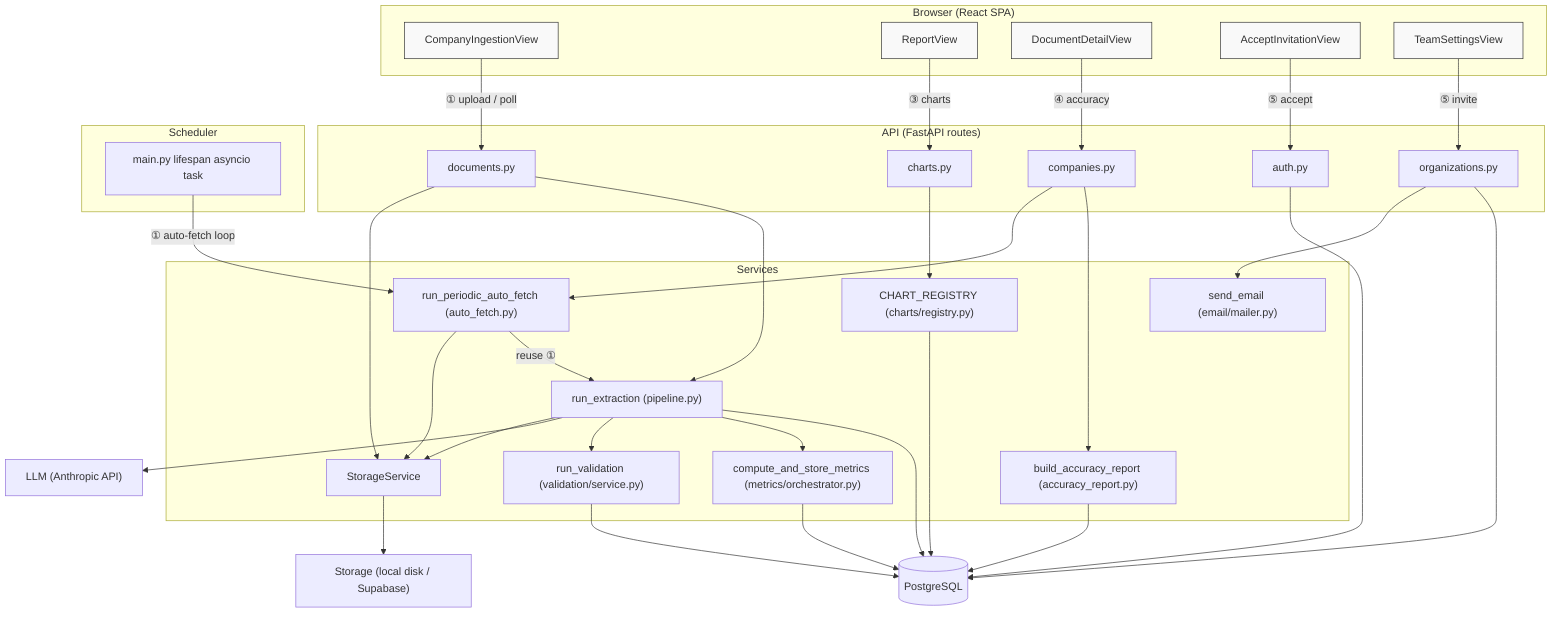
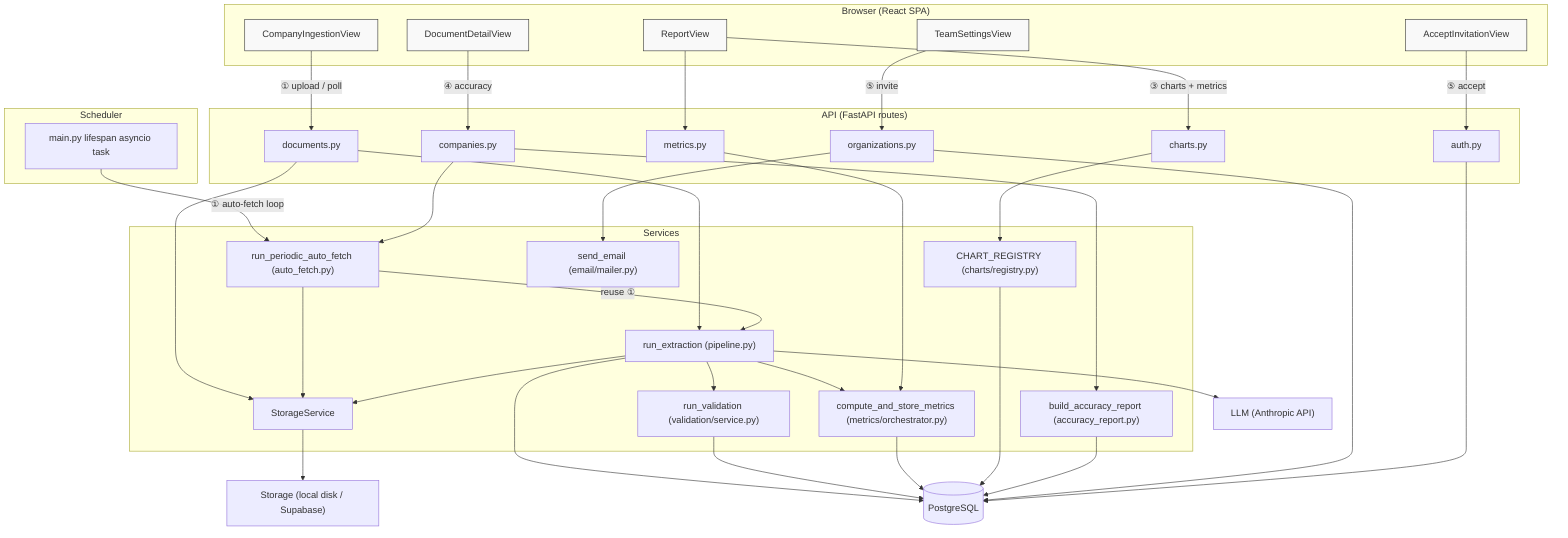
graph TD
    subgraph Browser["Browser (React SPA)"]
        IngestionView["CompanyIngestionView"]
        ReportView["ReportView"]
        DocDetail["DocumentDetailView"]
        AcceptInvite["AcceptInvitationView"]
        TeamSettings["TeamSettingsView"]
    end

    subgraph API["API (FastAPI routes)"]
        DocumentsRouter["documents.py"]
        CompaniesRouter["companies.py"]
        ChartsRouter["charts.py"]
+         MetricsRouter["metrics.py"]
        OrgsRouter["organizations.py"]
        AuthRouter["auth.py"]
    end

    subgraph Services["Services"]
        Pipeline["run_extraction (pipeline.py)"]
        AutoFetch["run_periodic_auto_fetch (auto_fetch.py)"]
        ValidationSvc["run_validation (validation/service.py)"]
        MetricsOrch["compute_and_store_metrics (metrics/orchestrator.py)"]
        ChartRegistry["CHART_REGISTRY (charts/registry.py)"]
        AccuracySvc["build_accuracy_report (accuracy_report.py)"]
        StorageSvc["StorageService"]
        EmailSvc["send_email (email/mailer.py)"]
    end

    subgraph Scheduler["Scheduler"]
        Lifespan["main.py lifespan asyncio task"]
    end

    LLM["LLM (Anthropic API)"]
    Storage["Storage (local disk / Supabase)"]
    DB[("PostgreSQL")]

    Lifespan -->|"① auto-fetch loop"| AutoFetch
    IngestionView -->|"① upload / poll"| DocumentsRouter
    TeamSettings -->|"⑤ invite"| OrgsRouter
    AcceptInvite -->|"⑤ accept"| AuthRouter
-     ReportView -->|"③ charts"| ChartsRouter
+     ReportView -->|"③ charts + metrics"| ChartsRouter
+     ReportView --> MetricsRouter
    DocDetail -->|"④ accuracy"| CompaniesRouter

    DocumentsRouter --> StorageSvc
    DocumentsRouter --> Pipeline
    CompaniesRouter --> AutoFetch
    CompaniesRouter --> AccuracySvc
    AutoFetch --> StorageSvc
    AutoFetch -->|"reuse ①"| Pipeline

    Pipeline --> StorageSvc
    Pipeline --> LLM
    Pipeline --> ValidationSvc
    Pipeline --> MetricsOrch
    Pipeline --> DB
    ValidationSvc --> DB
    MetricsOrch --> DB
    ChartsRouter --> ChartRegistry
+     MetricsRouter --> MetricsOrch
    ChartRegistry --> DB
    AccuracySvc --> DB
    OrgsRouter --> EmailSvc
    OrgsRouter --> DB
    AuthRouter --> DB
    StorageSvc --> Storage

    classDef flow fill:#f9f9f9,stroke:#333;
    class IngestionView,ReportView,DocDetail,AcceptInvite,TeamSettings flow;
